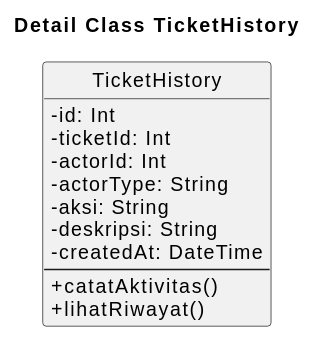
This is docs/plantuml/detail-classes/detail-class-ticket-history.svg from janbu12/nemafi-be, a PlantUML export, as it was before one commit.
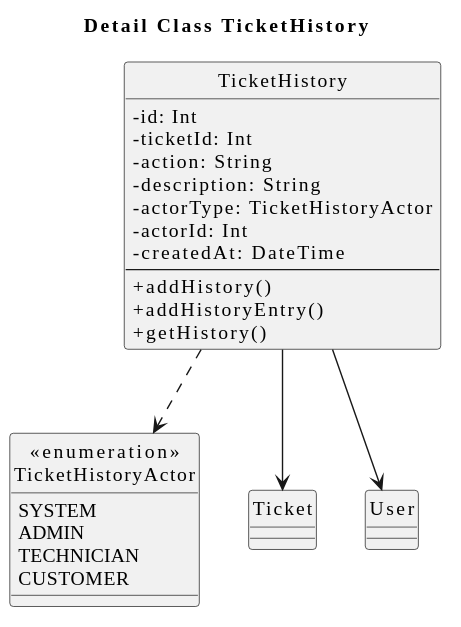
Above is the later version.

Change to the diagram source:
```diff
@@ -2,18 +2,32 @@
 title Detail Class TicketHistory
 
 skinparam classAttributeIconSize 0
+skinparam shadowing false
+skinparam defaultFontName "Times New Roman"
 hide circle
 
 class TicketHistory {
   - id: Int
   - ticketId: Int
+  - action: String
+  - description: String
+  - actorType: TicketHistoryActor
   - actorId: Int
-  - actorType: String
-  - aksi: String
-  - deskripsi: String
   - createdAt: DateTime
   --
-  + catatAktivitas()
-  + lihatRiwayat()
+  + addHistory()
+  + addHistoryEntry()
+  + getHistory()
 }
+
+class "«enumeration»\nTicketHistoryActor" as TicketHistoryActor {
+  SYSTEM
+  ADMIN
+  TECHNICIAN
+  CUSTOMER
+}
+
+TicketHistory ..> TicketHistoryActor
+TicketHistory --> Ticket
+TicketHistory --> User
 @enduml
```
